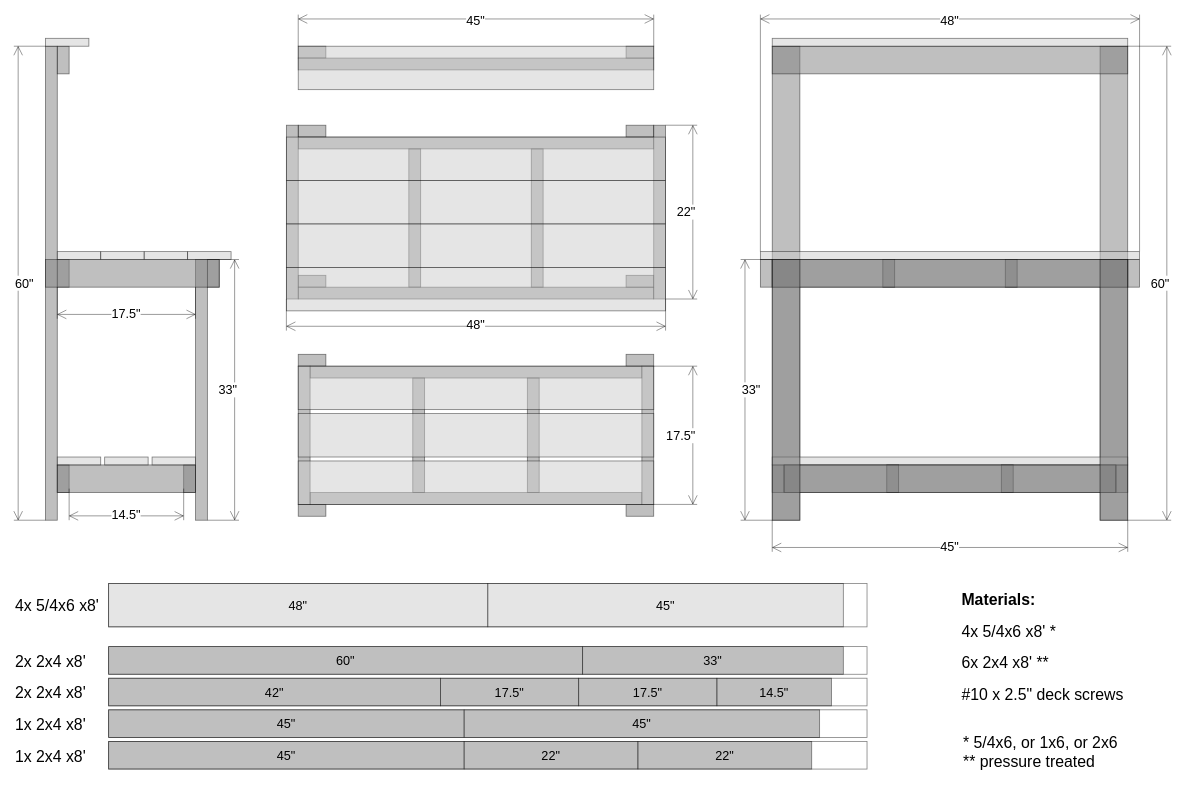
gsteiert/planting-bench keeps this draw.io diagram as plans.drawio. Above is the earlier version. Source tidied: cells renumbered, new cells numbered last; positions are measured from the earlier drawing's top-left corner, leaving out a move shared by most shapes. Both pictures are drawn from the tidied source at 79%, with x=0, y=0 at pixel (13, 14).
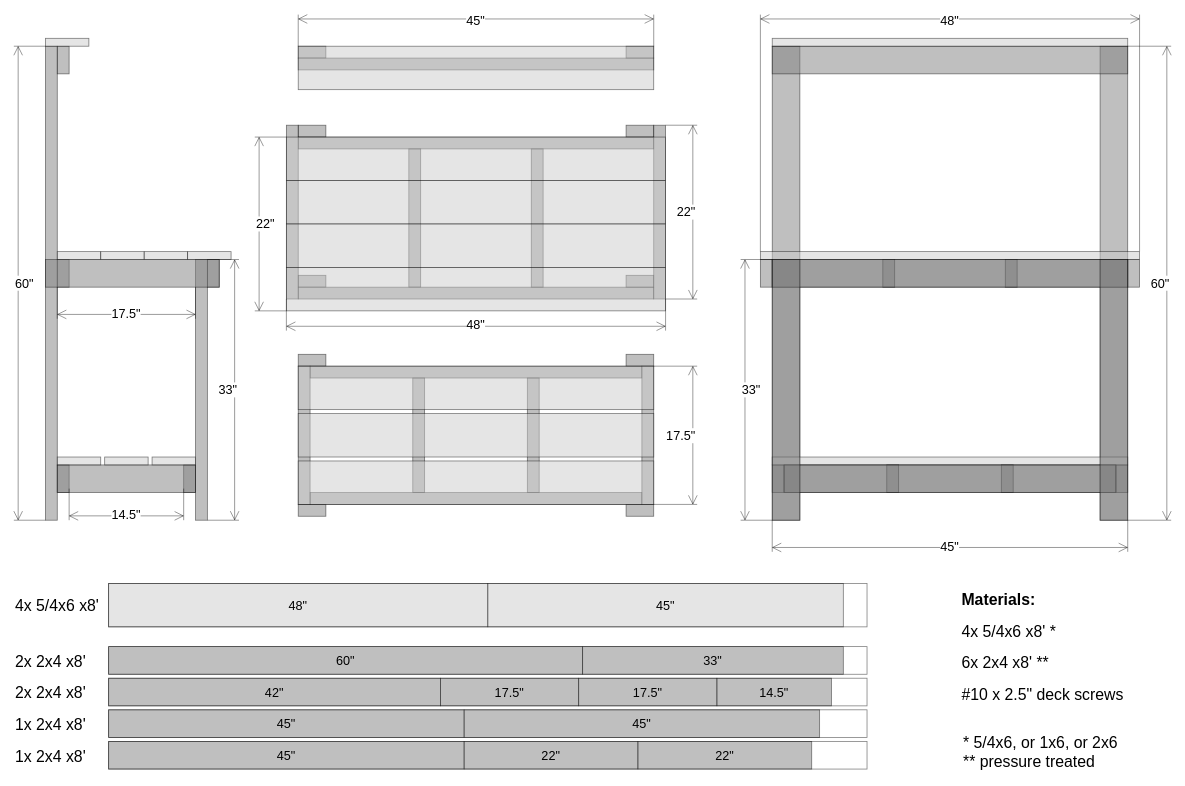
The same diagram, later.

Change to the diagram source:
```diff
@@
+    <mxCell id="111" value="22&quot;" style="shape=dimension;direction=south;whiteSpace=wrap;html=1;align=left;verticalAlign=middle;labelBackgroundColor=#ffffff;fillColor=none;fontSize=16;opacity=50;" parent="1" vertex="1">
+      <mxGeometry x="305" y="155" width="40" height="220" as="geometry" />
+    </mxCell>
```
